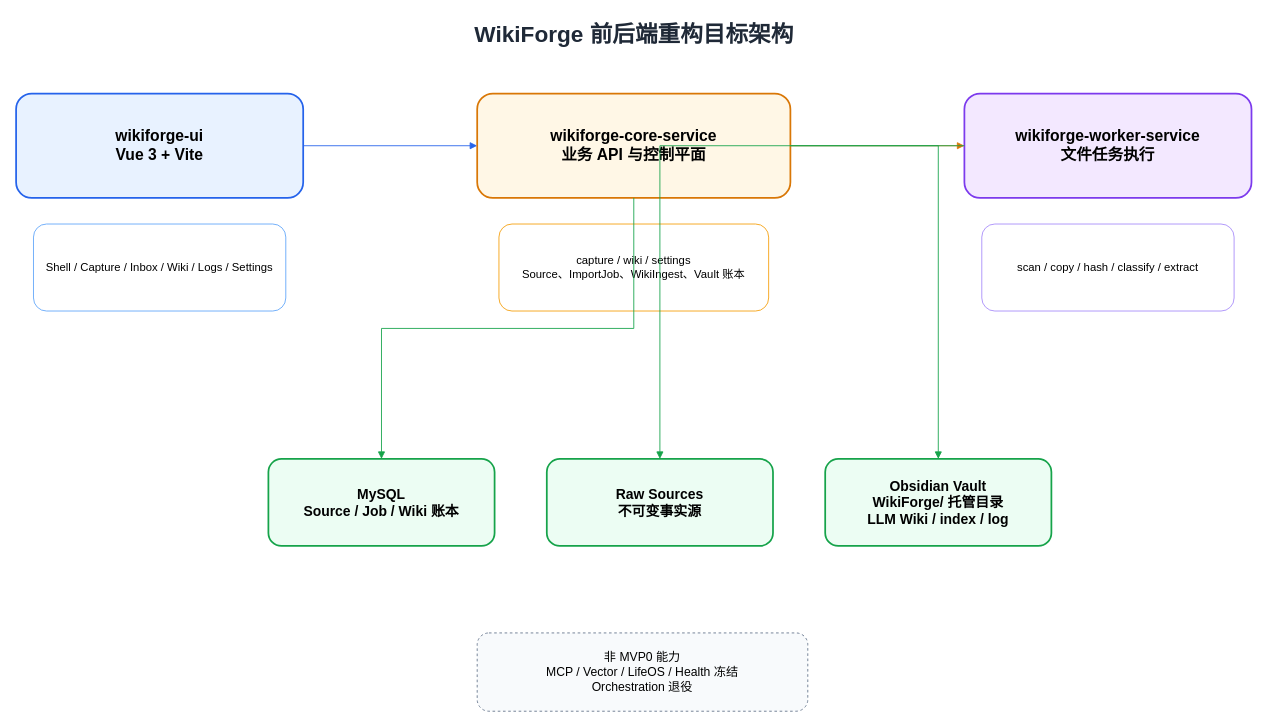
The draw.io diagram page "前后端架构图" (2 of 4) of docs/rebuild/2026-05-24-mvp0-baseline/diagrams/2026-05-24-WikiForge-four-layer-architecture.drawio in BonusWang/WikiForge, before the edit. Source tidied: cells renumbered, new cells numbered last; positions are measured from the earlier drawing's top-left corner, leaving out a move shared by most shapes. Both pictures are drawn from the tidied source at 87%, with x=0, y=0 at pixel (16, 15).
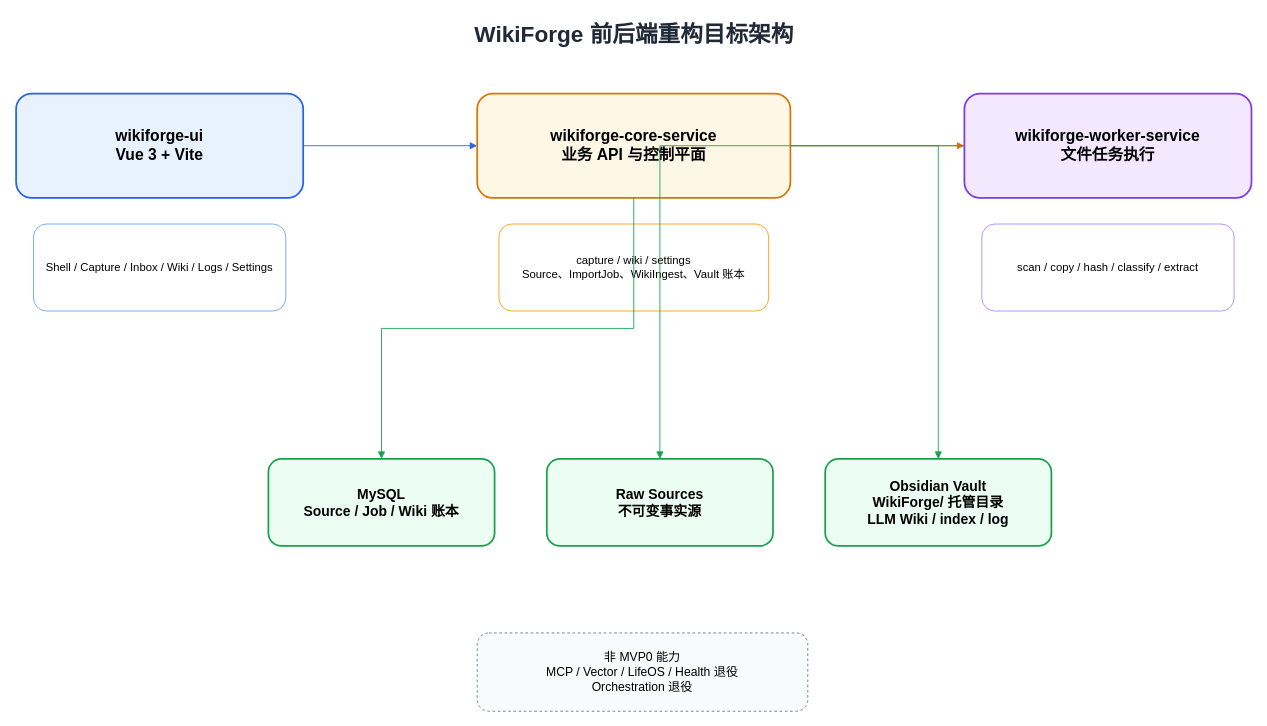
The same diagram, later.

Diff of the diagram source:
```diff
@@
 <mxGraphModel>
   <root>
     <mxCell id="0" />
     <mxCell id="1" parent="0" />
     <mxCell id="2" value="WikiForge 前后端重构目标架构" style="text;html=1;fontSize=26;fontStyle=1;align=center;strokeColor=none;fillColor=none;fontColor=#1F2937;" parent="1" vertex="1">
       <mxGeometry x="160" width="1100" height="50" as="geometry" />
     </mxCell>
     <mxCell id="3" value="wikiforge-ui&#10;Vue 3 + Vite" style="rounded=1;whiteSpace=wrap;html=1;fillColor=#E8F2FF;strokeColor=#2563EB;strokeWidth=2;fontSize=18;fontStyle=1;" parent="1" vertex="1">
       <mxGeometry y="90" width="330" height="120" as="geometry" />
     </mxCell>
     <mxCell id="4" value="Shell / Capture / Inbox / Wiki / Logs / Settings" style="rounded=1;whiteSpace=wrap;html=1;fillColor=#FFFFFF;strokeColor=#60A5FA;fontSize=13;" parent="1" vertex="1">
       <mxGeometry x="20" y="240" width="290" height="100" as="geometry" />
     </mxCell>
     <mxCell id="5" value="wikiforge-core-service&#10;业务 API 与控制平面" style="rounded=1;whiteSpace=wrap;html=1;fillColor=#FFF7E6;strokeColor=#D97706;strokeWidth=2;fontSize=18;fontStyle=1;" parent="1" vertex="1">
       <mxGeometry x="530" y="90" width="360" height="120" as="geometry" />
     </mxCell>
     <mxCell id="6" value="capture / wiki / settings&#10;Source、ImportJob、WikiIngest、Vault 账本" style="rounded=1;whiteSpace=wrap;html=1;fillColor=#FFFFFF;strokeColor=#F59E0B;fontSize=13;" parent="1" vertex="1">
       <mxGeometry x="555" y="240" width="310" height="100" as="geometry" />
     </mxCell>
     <mxCell id="7" value="wikiforge-worker-service&#10;文件任务执行" style="rounded=1;whiteSpace=wrap;html=1;fillColor=#F3E8FF;strokeColor=#7C3AED;strokeWidth=2;fontSize=18;fontStyle=1;" parent="1" vertex="1">
       <mxGeometry x="1090" y="90" width="330" height="120" as="geometry" />
     </mxCell>
     <mxCell id="8" value="scan / copy / hash / classify / extract" style="rounded=1;whiteSpace=wrap;html=1;fillColor=#FFFFFF;strokeColor=#A78BFA;fontSize=13;" parent="1" vertex="1">
       <mxGeometry x="1110" y="240" width="290" height="100" as="geometry" />
     </mxCell>
     <mxCell id="9" value="MySQL&#10;Source / Job / Wiki 账本" style="rounded=1;whiteSpace=wrap;html=1;fillColor=#ECFDF3;strokeColor=#16A34A;strokeWidth=2;fontSize=16;fontStyle=1;" parent="1" vertex="1">
       <mxGeometry x="290" y="510" width="260" height="100" as="geometry" />
     </mxCell>
     <mxCell id="10" value="Raw Sources&#10;不可变事实源" style="rounded=1;whiteSpace=wrap;html=1;fillColor=#ECFDF3;strokeColor=#16A34A;strokeWidth=2;fontSize=16;fontStyle=1;" parent="1" vertex="1">
       <mxGeometry x="610" y="510" width="260" height="100" as="geometry" />
     </mxCell>
     <mxCell id="11" value="Obsidian Vault&#10;WikiForge/ 托管目录&#10;LLM Wiki / index / log" style="rounded=1;whiteSpace=wrap;html=1;fillColor=#ECFDF3;strokeColor=#16A34A;strokeWidth=2;fontSize=16;fontStyle=1;" parent="1" vertex="1">
       <mxGeometry x="930" y="510" width="260" height="100" as="geometry" />
     </mxCell>
-    <mxCell id="12" value="非 MVP0 能力&#10;MCP / Vector / LifeOS / Health 冻结&#10;Orchestration 退役" style="rounded=1;whiteSpace=wrap;html=1;fillColor=#F8FAFC;strokeColor=#64748B;dashed=1;fontSize=14;" parent="1" vertex="1">
+    <mxCell id="12" value="非 MVP0 能力&#10;MCP / Vector / LifeOS / Health 退役&#10;Orchestration 退役" style="rounded=1;whiteSpace=wrap;html=1;fillColor=#F8FAFC;strokeColor=#64748B;dashed=1;fontSize=14;" parent="1" vertex="1">
       <mxGeometry x="530" y="710" width="380" height="90" as="geometry" />
     </mxCell>
     <mxCell id="13" style="edgeStyle=orthogonalEdgeStyle;rounded=0;html=1;strokeColor=#2563EB;endArrow=block;" parent="1" edge="1" source="3" target="5">
       <mxGeometry relative="1" as="geometry" />
     </mxCell>
     <mxCell id="14" style="edgeStyle=orthogonalEdgeStyle;rounded=0;html=1;strokeColor=#D97706;endArrow=block;" parent="1" edge="1" source="5" target="7">
       <mxGeometry relative="1" as="geometry" />
     </mxCell>
     <mxCell id="15" style="edgeStyle=orthogonalEdgeStyle;rounded=0;html=1;strokeColor=#16A34A;endArrow=block;" parent="1" edge="1" source="5" target="9">
       <mxGeometry relative="1" as="geometry" />
     </mxCell>
     <mxCell id="16" style="edgeStyle=orthogonalEdgeStyle;rounded=0;html=1;strokeColor=#16A34A;endArrow=block;" parent="1" edge="1" source="7" target="10">
       <mxGeometry relative="1" as="geometry" />
     </mxCell>
     <mxCell id="17" style="edgeStyle=orthogonalEdgeStyle;rounded=0;html=1;strokeColor=#16A34A;endArrow=block;" parent="1" edge="1" source="5" target="11">
       <mxGeometry relative="1" as="geometry" />
     </mxCell>
   </root>
 </mxGraphModel>
```
